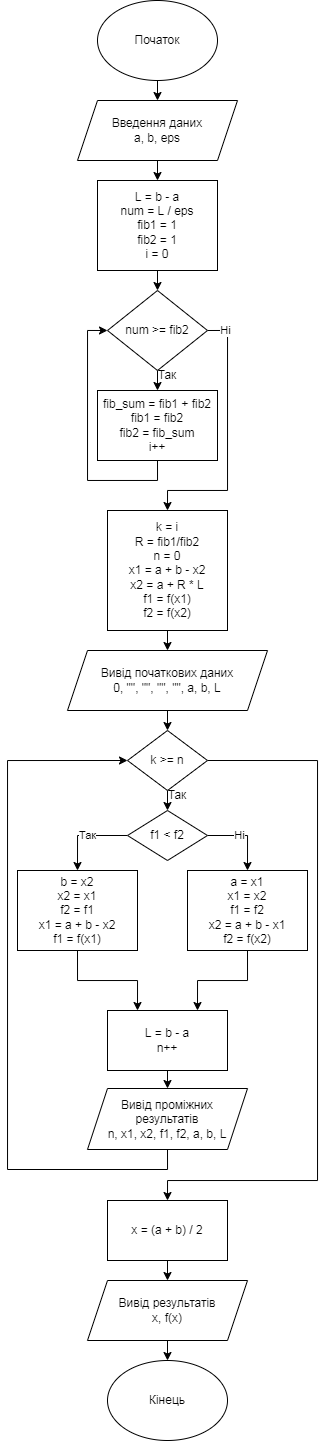
firebenderyt123/obbchisluvalni-methody keeps this draw.io diagram as lab5/lab5.drawio.png. Above is the earlier version. Source tidied: cells renumbered, new cells last; positions are measured from the earlier drawing's top-left corner, leaving out a move shared by most shapes.
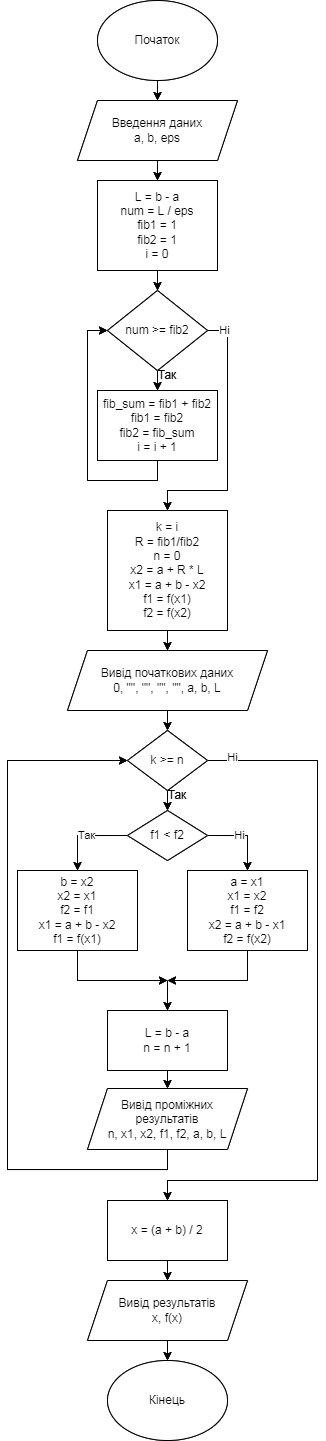
Later version of the same file.

Diff of the diagram source:
```diff
@@ -56,7 +56,7 @@
     <mxCell id="15" value="k = i&lt;br&gt;R = fib1/fib2&lt;br&gt;n = 0&lt;br&gt;x1 = a + b - x2&lt;br&gt;x2 = a + R * L&lt;br&gt;f1 = f(x1)&lt;br&gt;f2 = f(x2)" style="rounded=0;whiteSpace=wrap;html=1;" parent="1" vertex="1">
       <mxGeometry x="100" y="510" width="120" height="120" as="geometry" />
     </mxCell>
-    <mxCell id="16" value="fib_sum = fib1 + fib2&lt;br&gt;fib1 = fib2&lt;br&gt;fib2 = fib_sum&lt;br&gt;i++" style="rounded=0;whiteSpace=wrap;html=1;" parent="1" vertex="1">
+    <mxCell id="16" value="fib_sum = fib1 + fib2&lt;br&gt;fib1 = fib2&lt;br&gt;fib2 = fib_sum&lt;br&gt;i = i + 1" style="rounded=0;whiteSpace=wrap;html=1;" parent="1" vertex="1">
       <mxGeometry x="90" y="390" width="120" height="70" as="geometry" />
     </mxCell>
     <mxCell id="17" style="edgeStyle=orthogonalEdgeStyle;rounded=0;jettySize=auto;html=1;exitX=0.5;exitY=1;exitDx=0;exitDy=0;entryX=0.5;entryY=0;entryDx=0;entryDy=0;" parent="1" edge="1" source="18" target="21">
@@ -77,6 +77,9 @@
         </Array>
       </mxGeometry>
     </mxCell>
+    <mxCell id="41" value="Ні" style="edgeLabel;html=1;align=center;verticalAlign=middle;" parent="20" vertex="1">
+      <mxGeometry x="-0.93" y="3" relative="1" as="geometry" />
+    </mxCell>
     <mxCell id="21" value="k &amp;gt;= n" style="rhombus;whiteSpace=wrap;html=1;" parent="1" vertex="1">
       <mxGeometry x="120" y="730" width="80" height="60" as="geometry" />
     </mxCell>
@@ -101,14 +104,24 @@
     <mxCell id="28" value="Так" style="text;html=1;strokeColor=none;fillColor=none;align=center;verticalAlign=middle;whiteSpace=wrap;rounded=0;" parent="1" vertex="1">
       <mxGeometry x="140" y="780" width="60" height="30" as="geometry" />
     </mxCell>
-    <mxCell id="29" style="edgeStyle=orthogonalEdgeStyle;rounded=0;jettySize=auto;html=1;exitX=0.5;exitY=1;exitDx=0;exitDy=0;entryX=0.25;entryY=0;entryDx=0;entryDy=0;" parent="1" edge="1" source="30" target="34">
-      <mxGeometry relative="1" as="geometry" />
+    <mxCell id="29" style="edgeStyle=orthogonalEdgeStyle;rounded=0;jettySize=auto;html=1;exitX=0.5;exitY=1;exitDx=0;exitDy=0;" parent="1" edge="1" source="30">
+      <mxGeometry relative="1" as="geometry">
+        <mxPoint x="160" y="980" as="targetPoint" />
+        <Array as="points">
+          <mxPoint x="70" y="980" />
+        </Array>
+      </mxGeometry>
     </mxCell>
     <mxCell id="30" value="b = x2&lt;br&gt;x2 = x1&lt;br&gt;f2 = f1&lt;br&gt;x1 = a + b - x2&lt;br&gt;f1 = f(x1)" style="rounded=0;whiteSpace=wrap;html=1;" parent="1" vertex="1">
       <mxGeometry x="10" y="870" width="120" height="80" as="geometry" />
     </mxCell>
-    <mxCell id="31" style="edgeStyle=orthogonalEdgeStyle;rounded=0;jettySize=auto;html=1;exitX=0.5;exitY=1;exitDx=0;exitDy=0;entryX=0.75;entryY=0;entryDx=0;entryDy=0;" parent="1" edge="1" source="32" target="34">
-      <mxGeometry relative="1" as="geometry" />
+    <mxCell id="31" style="edgeStyle=orthogonalEdgeStyle;rounded=0;jettySize=auto;html=1;exitX=0.5;exitY=1;exitDx=0;exitDy=0;" parent="1" edge="1" source="32">
+      <mxGeometry relative="1" as="geometry">
+        <mxPoint x="160" y="980" as="targetPoint" />
+        <Array as="points">
+          <mxPoint x="240" y="980" />
+        </Array>
+      </mxGeometry>
     </mxCell>
     <mxCell id="32" value="a = x1&lt;br&gt;x1 = x2&lt;br&gt;f1 = f2&lt;br&gt;x2 = a + b - x1&lt;br&gt;f2 = f(x2)" style="rounded=0;whiteSpace=wrap;html=1;" parent="1" vertex="1">
       <mxGeometry x="180" y="870" width="120" height="80" as="geometry" />
@@ -116,7 +129,7 @@
     <mxCell id="33" style="edgeStyle=orthogonalEdgeStyle;rounded=0;jettySize=auto;html=1;exitX=0.5;exitY=1;exitDx=0;exitDy=0;entryX=0.5;entryY=0;entryDx=0;entryDy=0;" parent="1" edge="1" source="34" target="36">
       <mxGeometry relative="1" as="geometry" />
     </mxCell>
-    <mxCell id="34" value="L = b - a&lt;br&gt;n++" style="rounded=0;whiteSpace=wrap;html=1;" parent="1" vertex="1">
+    <mxCell id="34" value="L = b - a&lt;br&gt;n = n + 1" style="rounded=0;whiteSpace=wrap;html=1;" parent="1" vertex="1">
       <mxGeometry x="100" y="1010" width="120" height="60" as="geometry" />
     </mxCell>
     <mxCell id="35" style="edgeStyle=orthogonalEdgeStyle;rounded=0;jettySize=auto;html=1;exitX=0.5;exitY=1;exitDx=0;exitDy=0;entryX=0;entryY=0.5;entryDx=0;entryDy=0;" parent="1" edge="1" source="36" target="21">
@@ -143,5 +156,169 @@
     <mxCell id="40" value="Вивід результатів&lt;br&gt;x, f(x)" style="shape=parallelogram;perimeter=parallelogramPerimeter;whiteSpace=wrap;html=1;fixedSize=1;" parent="1" vertex="1">
       <mxGeometry x="80" y="1280" width="160" height="60" as="geometry" />
     </mxCell>
+    <mxCell id="42" style="endArrow=classic;html=1;rounded=0;entryX=0.5;entryY=0;entryDx=0;entryDy=0;" parent="1" edge="1" target="34">
+      <mxGeometry relative="1" as="geometry">
+        <mxPoint x="160" y="980" as="sourcePoint" />
+      </mxGeometry>
+    </mxCell>
+    <mxCell id="43" style="edgeStyle=orthogonalEdgeStyle;rounded=0;jettySize=auto;html=1;exitX=0.5;exitY=1;exitDx=0;exitDy=0;entryX=0.5;entryY=0;entryDx=0;entryDy=0;" parent="1" edge="1" source="44" target="49">
+      <mxGeometry relative="1" as="geometry" />
+    </mxCell>
+    <mxCell id="44" value="Початок" style="ellipse;whiteSpace=wrap;html=1;" parent="1" vertex="1">
+      <mxGeometry x="90" width="120" height="80" as="geometry" />
+    </mxCell>
+    <mxCell id="45" value="Кінець" style="ellipse;whiteSpace=wrap;html=1;" parent="1" vertex="1">
+      <mxGeometry x="100" y="1360" width="120" height="80" as="geometry" />
+    </mxCell>
+    <mxCell id="46" style="edgeStyle=orthogonalEdgeStyle;rounded=0;jettySize=auto;html=1;exitX=0.5;exitY=1;exitDx=0;exitDy=0;entryX=0.5;entryY=0;entryDx=0;entryDy=0;" parent="1" edge="1" source="47" target="53">
+      <mxGeometry relative="1" as="geometry" />
+    </mxCell>
+    <mxCell id="47" value="L = b - a&lt;br&gt;num = L / eps&lt;br&gt;fib1 = 1&lt;br&gt;fib2 = 1&lt;br&gt;i = 0" style="rounded=0;whiteSpace=wrap;html=1;" parent="1" vertex="1">
+      <mxGeometry x="90" y="180" width="120" height="90" as="geometry" />
+    </mxCell>
+    <mxCell id="48" style="edgeStyle=orthogonalEdgeStyle;rounded=0;jettySize=auto;html=1;exitX=0.5;exitY=1;exitDx=0;exitDy=0;entryX=0.5;entryY=0;entryDx=0;entryDy=0;" parent="1" edge="1" source="49" target="47">
+      <mxGeometry relative="1" as="geometry" />
+    </mxCell>
+    <mxCell id="49" value="Введення даних&lt;br&gt;a, b, eps" style="shape=parallelogram;perimeter=parallelogramPerimeter;whiteSpace=wrap;html=1;fixedSize=1;" parent="1" vertex="1">
+      <mxGeometry x="70" y="100" width="160" height="60" as="geometry" />
+    </mxCell>
+    <mxCell id="50" style="edgeStyle=orthogonalEdgeStyle;rounded=0;jettySize=auto;html=1;exitX=0.5;exitY=1;exitDx=0;exitDy=0;entryX=0.5;entryY=0;entryDx=0;entryDy=0;" parent="1" edge="1" source="53" target="57">
+      <mxGeometry relative="1" as="geometry" />
+    </mxCell>
+    <mxCell id="51" style="edgeStyle=orthogonalEdgeStyle;rounded=0;jettySize=auto;html=1;exitX=1;exitY=0.5;exitDx=0;exitDy=0;entryX=0.5;entryY=0;entryDx=0;entryDy=0;" parent="1" edge="1" source="53" target="56">
+      <mxGeometry relative="1" as="geometry">
+        <Array as="points">
+          <mxPoint x="220" y="330" />
+          <mxPoint x="220" y="490" />
+          <mxPoint x="160" y="490" />
+        </Array>
+      </mxGeometry>
+    </mxCell>
+    <mxCell id="52" value="Ні" style="edgeLabel;html=1;align=center;verticalAlign=middle;" parent="51" vertex="1">
+      <mxGeometry x="-0.87" relative="1" as="geometry" />
+    </mxCell>
+    <mxCell id="53" value="num &amp;gt;= fib2" style="rhombus;whiteSpace=wrap;html=1;" parent="1" vertex="1">
+      <mxGeometry x="100" y="290" width="100" height="80" as="geometry" />
+    </mxCell>
+    <mxCell id="54" style="edgeStyle=orthogonalEdgeStyle;rounded=0;jettySize=auto;html=1;exitX=0.5;exitY=1;exitDx=0;exitDy=0;entryX=0;entryY=0.5;entryDx=0;entryDy=0;" parent="1" edge="1" source="57" target="53">
+      <mxGeometry relative="1" as="geometry">
+        <Array as="points">
+          <mxPoint x="150" y="480" />
+          <mxPoint x="80" y="480" />
+          <mxPoint x="80" y="330" />
+        </Array>
+      </mxGeometry>
+    </mxCell>
+    <mxCell id="55" style="edgeStyle=orthogonalEdgeStyle;rounded=0;jettySize=auto;html=1;exitX=0.5;exitY=1;exitDx=0;exitDy=0;entryX=0.5;entryY=0;entryDx=0;entryDy=0;" parent="1" edge="1" source="56" target="59">
+      <mxGeometry relative="1" as="geometry" />
+    </mxCell>
+    <mxCell id="56" value="k = i&lt;br&gt;R = fib1/fib2&lt;br&gt;n = 0&lt;br&gt;x2 = a + R * L&lt;br&gt;x1 = a + b - x2&lt;br&gt;f1 = f(x1)&lt;br&gt;f2 = f(x2)" style="rounded=0;whiteSpace=wrap;html=1;" parent="1" vertex="1">
+      <mxGeometry x="100" y="510" width="120" height="120" as="geometry" />
+    </mxCell>
+    <mxCell id="57" value="fib_sum = fib1 + fib2&lt;br&gt;fib1 = fib2&lt;br&gt;fib2 = fib_sum&lt;br&gt;i = i + 1" style="rounded=0;whiteSpace=wrap;html=1;" parent="1" vertex="1">
+      <mxGeometry x="90" y="390" width="120" height="70" as="geometry" />
+    </mxCell>
+    <mxCell id="58" style="edgeStyle=orthogonalEdgeStyle;rounded=0;jettySize=auto;html=1;exitX=0.5;exitY=1;exitDx=0;exitDy=0;entryX=0.5;entryY=0;entryDx=0;entryDy=0;" parent="1" edge="1" source="59" target="63">
+      <mxGeometry relative="1" as="geometry" />
+    </mxCell>
+    <mxCell id="59" value="Вивід початкових даних&lt;br&gt;0, &quot;&quot;, &quot;&quot;, &quot;&quot;, &quot;&quot;, a, b, L" style="shape=parallelogram;perimeter=parallelogramPerimeter;whiteSpace=wrap;html=1;fixedSize=1;" parent="1" vertex="1">
+      <mxGeometry x="60" y="650" width="200" height="60" as="geometry" />
+    </mxCell>
+    <mxCell id="60" style="edgeStyle=orthogonalEdgeStyle;rounded=0;jettySize=auto;html=1;exitX=0.5;exitY=1;exitDx=0;exitDy=0;entryX=0.5;entryY=0;entryDx=0;entryDy=0;" parent="1" edge="1" source="63" target="68">
+      <mxGeometry relative="1" as="geometry" />
+    </mxCell>
+    <mxCell id="61" style="edgeStyle=orthogonalEdgeStyle;rounded=0;jettySize=auto;html=1;exitX=1;exitY=0.5;exitDx=0;exitDy=0;entryX=0.5;entryY=0;entryDx=0;entryDy=0;" parent="1" edge="1" source="63" target="80">
+      <mxGeometry relative="1" as="geometry">
+        <Array as="points">
+          <mxPoint x="310" y="760" />
+          <mxPoint x="310" y="1180" />
+          <mxPoint x="160" y="1180" />
+        </Array>
+      </mxGeometry>
+    </mxCell>
+    <mxCell id="62" value="Ні" style="edgeLabel;html=1;align=center;verticalAlign=middle;" parent="61" vertex="1">
+      <mxGeometry x="-0.93" y="3" relative="1" as="geometry" />
+    </mxCell>
+    <mxCell id="63" value="k &amp;gt;= n" style="rhombus;whiteSpace=wrap;html=1;" parent="1" vertex="1">
+      <mxGeometry x="120" y="730" width="80" height="60" as="geometry" />
+    </mxCell>
+    <mxCell id="64" style="edgeStyle=orthogonalEdgeStyle;rounded=0;jettySize=auto;html=1;exitX=0;exitY=0.5;exitDx=0;exitDy=0;entryX=0.5;entryY=0;entryDx=0;entryDy=0;" parent="1" edge="1" source="68" target="72">
+      <mxGeometry relative="1" as="geometry" />
+    </mxCell>
+    <mxCell id="65" value="Так" style="edgeLabel;html=1;align=center;verticalAlign=middle;" parent="64" vertex="1">
+      <mxGeometry x="-0.03" relative="1" as="geometry" />
+    </mxCell>
+    <mxCell id="66" style="edgeStyle=orthogonalEdgeStyle;rounded=0;jettySize=auto;html=1;exitX=1;exitY=0.5;exitDx=0;exitDy=0;entryX=0.5;entryY=0;entryDx=0;entryDy=0;" parent="1" edge="1" source="68" target="74">
+      <mxGeometry relative="1" as="geometry" />
+    </mxCell>
+    <mxCell id="67" value="Ні" style="edgeLabel;html=1;align=center;verticalAlign=middle;" parent="66" vertex="1">
+      <mxGeometry x="-0.16" relative="1" as="geometry" />
+    </mxCell>
+    <mxCell id="68" value="f1 &amp;lt; f2" style="rhombus;whiteSpace=wrap;html=1;" parent="1" vertex="1">
+      <mxGeometry x="120" y="810" width="80" height="50" as="geometry" />
+    </mxCell>
+    <mxCell id="69" value="Так" style="text;html=1;strokeColor=none;fillColor=none;align=center;verticalAlign=middle;whiteSpace=wrap;rounded=0;" parent="1" vertex="1">
+      <mxGeometry x="130" y="360" width="60" height="30" as="geometry" />
+    </mxCell>
+    <mxCell id="70" value="Так" style="text;html=1;strokeColor=none;fillColor=none;align=center;verticalAlign=middle;whiteSpace=wrap;rounded=0;" parent="1" vertex="1">
+      <mxGeometry x="140" y="780" width="60" height="30" as="geometry" />
+    </mxCell>
+    <mxCell id="71" style="edgeStyle=orthogonalEdgeStyle;rounded=0;jettySize=auto;html=1;exitX=0.5;exitY=1;exitDx=0;exitDy=0;" parent="1" edge="1" source="72">
+      <mxGeometry relative="1" as="geometry">
+        <mxPoint x="160" y="980" as="targetPoint" />
+        <Array as="points">
+          <mxPoint x="70" y="980" />
+        </Array>
+      </mxGeometry>
+    </mxCell>
+    <mxCell id="72" value="b = x2&lt;br&gt;x2 = x1&lt;br&gt;f2 = f1&lt;br&gt;x1 = a + b - x2&lt;br&gt;f1 = f(x1)" style="rounded=0;whiteSpace=wrap;html=1;" parent="1" vertex="1">
+      <mxGeometry x="10" y="870" width="120" height="80" as="geometry" />
+    </mxCell>
+    <mxCell id="73" style="edgeStyle=orthogonalEdgeStyle;rounded=0;jettySize=auto;html=1;exitX=0.5;exitY=1;exitDx=0;exitDy=0;" parent="1" edge="1" source="74">
+      <mxGeometry relative="1" as="geometry">
+        <mxPoint x="160" y="980" as="targetPoint" />
+        <Array as="points">
+          <mxPoint x="240" y="980" />
+        </Array>
+      </mxGeometry>
+    </mxCell>
+    <mxCell id="74" value="a = x1&lt;br&gt;x1 = x2&lt;br&gt;f1 = f2&lt;br&gt;x2 = a + b - x1&lt;br&gt;f2 = f(x2)" style="rounded=0;whiteSpace=wrap;html=1;" parent="1" vertex="1">
+      <mxGeometry x="180" y="870" width="120" height="80" as="geometry" />
+    </mxCell>
+    <mxCell id="75" style="edgeStyle=orthogonalEdgeStyle;rounded=0;jettySize=auto;html=1;exitX=0.5;exitY=1;exitDx=0;exitDy=0;entryX=0.5;entryY=0;entryDx=0;entryDy=0;" parent="1" edge="1" source="76" target="78">
+      <mxGeometry relative="1" as="geometry" />
+    </mxCell>
+    <mxCell id="76" value="L = b - a&lt;br&gt;n = n + 1" style="rounded=0;whiteSpace=wrap;html=1;" parent="1" vertex="1">
+      <mxGeometry x="100" y="1010" width="120" height="60" as="geometry" />
+    </mxCell>
+    <mxCell id="77" style="edgeStyle=orthogonalEdgeStyle;rounded=0;jettySize=auto;html=1;exitX=0.5;exitY=1;exitDx=0;exitDy=0;entryX=0;entryY=0.5;entryDx=0;entryDy=0;" parent="1" edge="1" source="78" target="63">
+      <mxGeometry relative="1" as="geometry">
+        <Array as="points">
+          <mxPoint x="160" y="1169" />
+          <mxPoint y="1169" />
+          <mxPoint y="760" />
+        </Array>
+      </mxGeometry>
+    </mxCell>
+    <mxCell id="78" value="Вивід проміжних результатів&lt;br&gt;n, x1, x2, f1, f2, a, b, L" style="shape=parallelogram;perimeter=parallelogramPerimeter;whiteSpace=wrap;html=1;fixedSize=1;" parent="1" vertex="1">
+      <mxGeometry x="80" y="1088" width="160" height="61" as="geometry" />
+    </mxCell>
+    <mxCell id="79" style="edgeStyle=orthogonalEdgeStyle;rounded=0;jettySize=auto;html=1;exitX=0.5;exitY=1;exitDx=0;exitDy=0;entryX=0.5;entryY=0;entryDx=0;entryDy=0;" parent="1" edge="1" source="80" target="82">
+      <mxGeometry relative="1" as="geometry" />
+    </mxCell>
+    <mxCell id="80" value="x = (a + b) / 2" style="rounded=0;whiteSpace=wrap;html=1;" parent="1" vertex="1">
+      <mxGeometry x="100" y="1200" width="120" height="60" as="geometry" />
+    </mxCell>
+    <mxCell id="81" style="edgeStyle=orthogonalEdgeStyle;rounded=0;jettySize=auto;html=1;exitX=0.5;exitY=1;exitDx=0;exitDy=0;entryX=0.5;entryY=0;entryDx=0;entryDy=0;" parent="1" edge="1" source="82" target="45">
+      <mxGeometry relative="1" as="geometry" />
+    </mxCell>
+    <mxCell id="82" value="Вивід результатів&lt;br&gt;x, f(x)" style="shape=parallelogram;perimeter=parallelogramPerimeter;whiteSpace=wrap;html=1;fixedSize=1;" parent="1" vertex="1">
+      <mxGeometry x="80" y="1280" width="160" height="60" as="geometry" />
+    </mxCell>
+    <mxCell id="83" style="endArrow=classic;html=1;rounded=0;entryX=0.5;entryY=0;entryDx=0;entryDy=0;" parent="1" edge="1" target="76">
+      <mxGeometry relative="1" as="geometry">
+        <mxPoint x="160" y="980" as="sourcePoint" />
+      </mxGeometry>
+    </mxCell>
   </root>
 </mxGraphModel>
```
